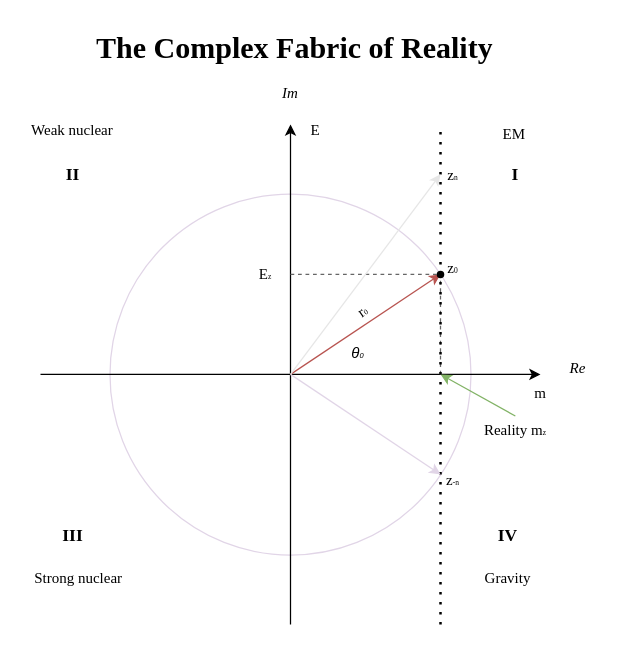
Above: media/EMTS.drawio in keyvisions/EMTS (draw.io), before the change. Source tidied: cells renumbered, new cells numbered last; positions are measured from the earlier drawing's top-left corner, leaving out a move shared by most shapes. Both pictures are drawn from the tidied source at 125%, with x=0, y=0 at pixel (21, 21).
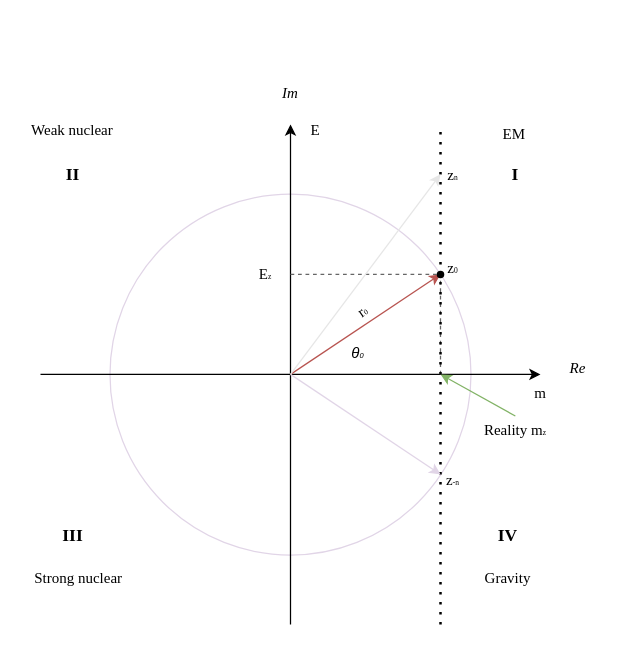
The same page after the edit.

What changed in the source:
```diff
@@
-    <mxCell id="28" value="&lt;h1 style=&quot;margin-top: 0px;&quot;&gt;&lt;font face=&quot;Times New Roman&quot;&gt;The Complex Fabric of Reality&lt;/font&gt;&lt;/h1&gt;" style="text;html=1;whiteSpace=wrap;overflow=hidden;rounded=0;align=center;" parent="1" vertex="1">
-      <mxGeometry x="7.5" width="421" height="39" as="geometry" />
-    </mxCell>
```
